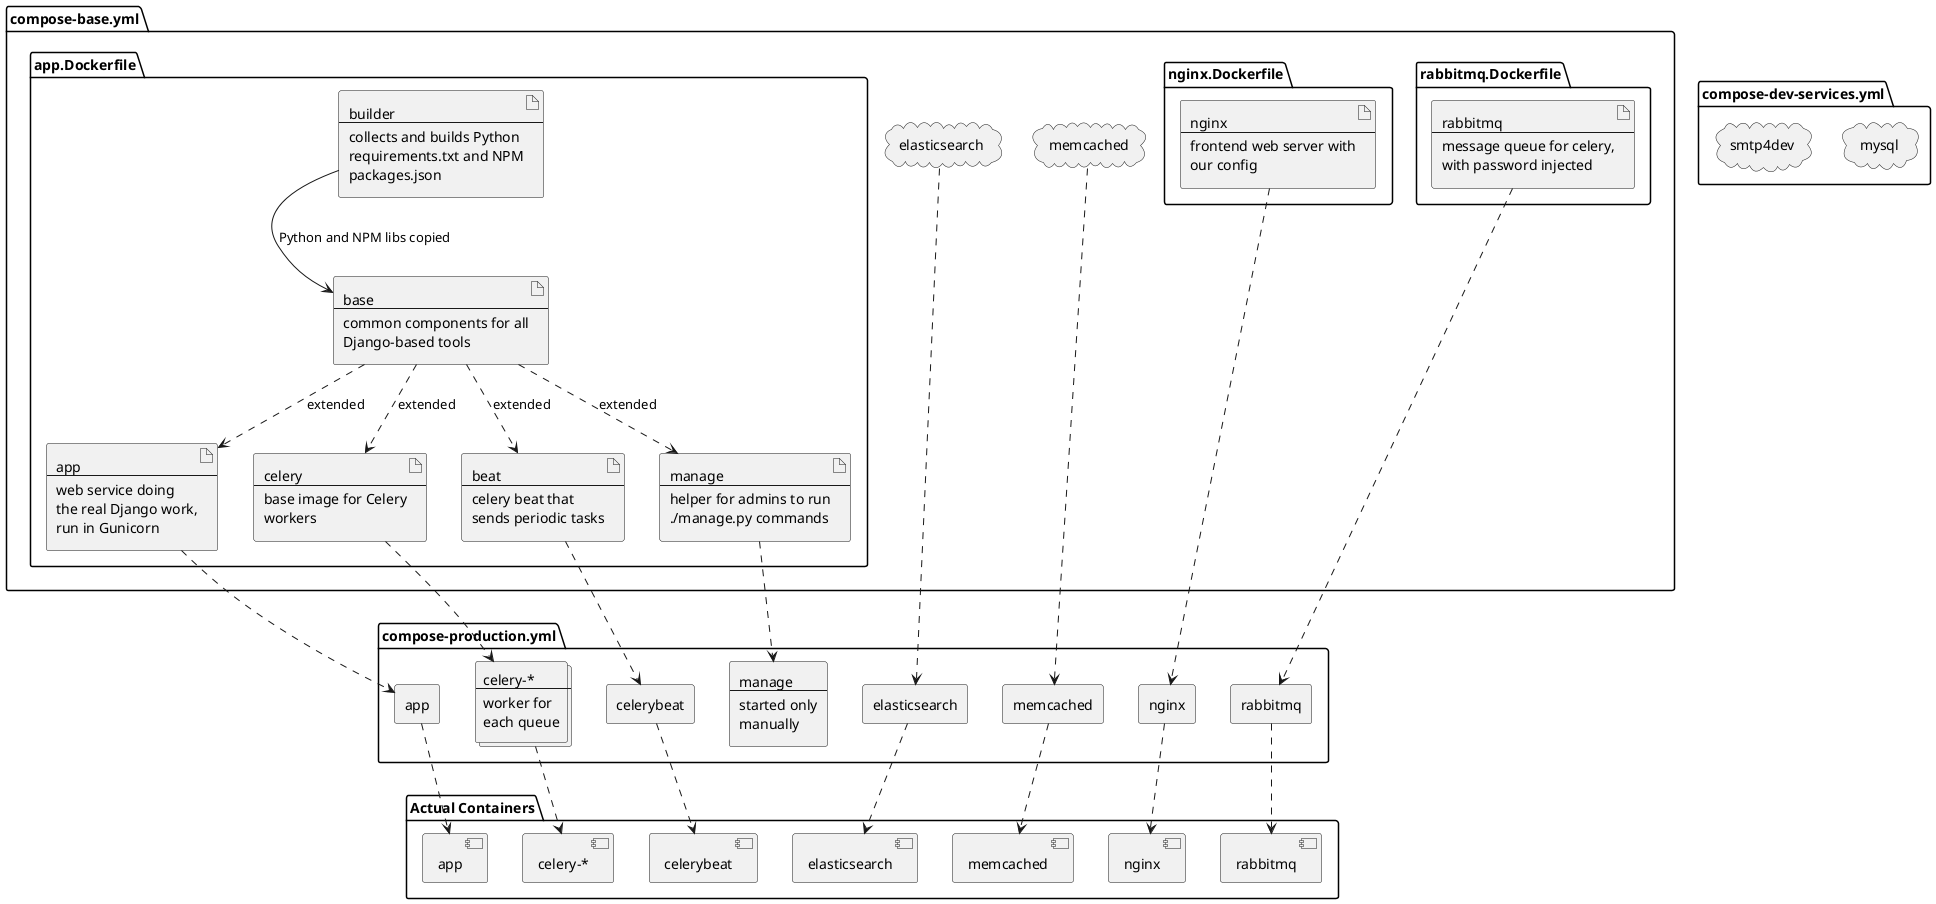
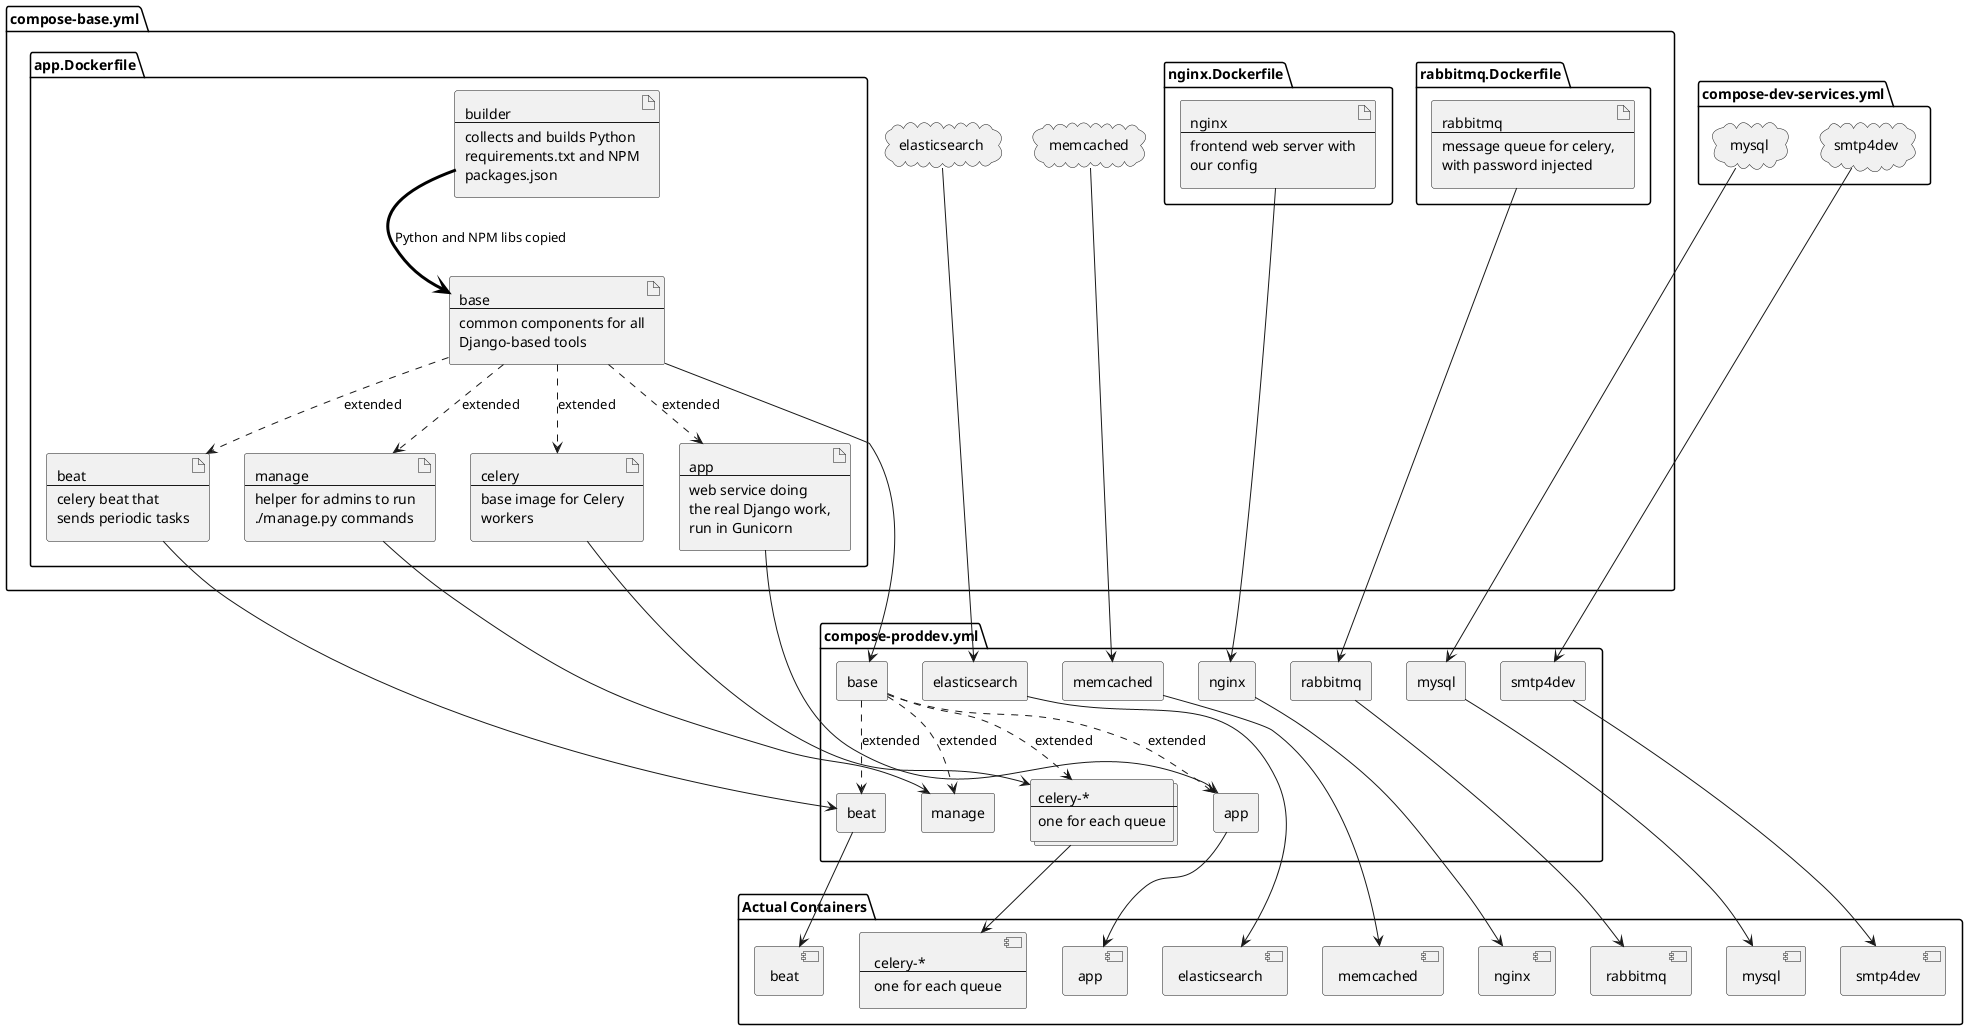
@startuml

package "compose-base.yml" {
+     'card "Common base instructions\nfor any of our\ndeployment scenarios" #aliceblue;line:blue;text:blue
+ 
    package "app.Dockerfile" {
+         'card "Recipes for images\nthat include our\nDjango code" #aliceblue;line:blue;text:blue
+ 
        artifact builder [
            builder
            ----
            collects and builds Python
            requirements.txt and NPM
            packages.json
        ]
        artifact base [
            base
            ----
            common components for all
            Django-based tools
        ]
        artifact app [
            app
            ----
            web service doing
            the real Django work,
            run in Gunicorn
        ]
        artifact celery [
            celery
            ----
            base image for Celery
            workers
        ]
        artifact beat [
            beat
            ----
            celery beat that
            sends periodic tasks
        ]
        artifact manage [
            manage
            ----
            helper for admins to run
            ./manage.py commands
        ]

-         builder --> base : Python and NPM libs copied
+         builder -[#black,thickness=3]-> base :  Python and NPM libs copied
        base ..> app : extended
        base ..> celery : extended
        base ..> beat : extended
        base ..> manage : extended
    }

    package "nginx.Dockerfile" {
        artifact nginx [
            nginx
            ----
            frontend web server with
            our config
        ]
    }

    package "rabbitmq.Dockerfile" {
        artifact rabbitmq [
            rabbitmq
            ----
            message queue for celery,
            with password injected
        ]
    }
    cloud elasticsearch
    cloud memcached
}

package "compose-dev-services.yml" {
    cloud mysql
    cloud smtp4dev
}

- package "compose-production.yml" {
+ package "compose-proddev.yml" {
+     rectangle base as base_prod
    rectangle app as app_prod
    collections celery_prod [
        celery-*
        ----
-         worker for
-         each queue
+         one for each queue
    ]
-     rectangle celerybeat as celerybeat_prod
-     rectangle manage_prod [
-         manage
-         ----
-         started only
-         manually
-     ]
+     'rectangle "celery-batch" as celery_batch
+     'rectangle "celery-fast" as celery_fast
+     'rectangle "celery-email" as celery_email
+     'rectangle "celery-photo" as celery_photo
+     'rectangle "celery-sims" as celery_sims
+     rectangle beat as celerybeat_prod
+     rectangle manage as manage_prod
    rectangle nginx as nginx_prod
    rectangle rabbitmq as rabbitmq_prod
    rectangle elasticsearch as elasticsearch_prod
    rectangle memcached as memcached_prod
+     rectangle smtp4dev as smtp4dev_prod
+     rectangle mysql as mysql_prod
+ 
+     base_prod ..> app_prod : extended
+     base_prod ..> celery_prod : extended
+     base_prod ..> celerybeat_prod : extended
+     base_prod ..> manage_prod : extended
}

- app ..> app_prod
- celery ..> celery_prod
- beat ..> celerybeat_prod
- manage ..> manage_prod
- nginx ..> nginx_prod
- rabbitmq ..> rabbitmq_prod
- elasticsearch ..> elasticsearch_prod
- memcached ..> memcached_prod
+ base ---> base_prod
+ app ---> app_prod
+ celery ---> celery_prod
+ beat ---> celerybeat_prod
+ manage ---> manage_prod
+ nginx --> nginx_prod
+ rabbitmq --> rabbitmq_prod
+ elasticsearch ----> elasticsearch_prod
+ memcached ----> memcached_prod
+ smtp4dev ----> smtp4dev_prod
+ mysql ----> mysql_prod

package "Actual Containers" {
    component app as app_cont
-     component "celery-*" as celery_cont
-     component celerybeat as celerybeat_cont
+     component celery_cont [
+         celery-*
+         ----
+         one for each queue
+     ]
+     component beat as celerybeat_cont
    component nginx as nginx_cont
    component rabbitmq as rabbitmq_cont
    component elasticsearch as elasticsearch_cont
    component memcached as memcached_cont
+     component smtp4dev as smtp4dev_cont
+     component mysql as mysql_cont
}

- app_prod ..> app_cont
- celery_prod ..> celery_cont
- celerybeat_prod ..> celerybeat_cont
- nginx_prod ..> nginx_cont
- rabbitmq_prod ..> rabbitmq_cont
- elasticsearch_prod ..> elasticsearch_cont
- memcached_prod ..> memcached_cont
+ app_prod --> app_cont
+ celery_prod --> celery_cont
+ celerybeat_prod --> celerybeat_cont
+ nginx_prod --> nginx_cont
+ rabbitmq_prod --> rabbitmq_cont
+ elasticsearch_prod --> elasticsearch_cont
+ memcached_prod --> memcached_cont
+ smtp4dev_prod --> smtp4dev_cont
+ mysql_prod --> mysql_cont

'app_cont <-> nginx_cont
'app_cont <-> rabbitmq_cont

@enduml
